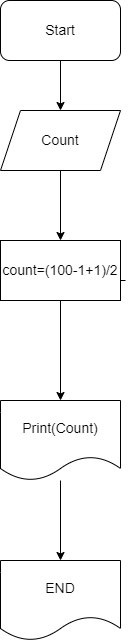
Earlier version of the draw.io export Flowchart-2..png (Abishli-Kamal/Flowchart-Task-3). Source tidied: cells renumbered, new cells last; positions are measured from the earlier drawing's top-left corner, leaving out a move shared by most shapes.
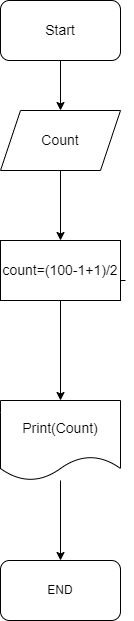
Above is the later version.

Commit message:
Task hazirdi

The edit, as a diff of the source:
```diff
@@ -26,14 +26,16 @@
     <mxCell id="7" value="count=(100-1+1)/2" style="whiteSpace=wrap;html=1;fontSize=14;" parent="1" vertex="1">
       <mxGeometry y="240" width="120" height="60" as="geometry" />
     </mxCell>
-    <mxCell id="8" style="edgeStyle=orthogonalEdgeStyle;rounded=0;jettySize=auto;html=1;fontSize=14;" parent="1" edge="1" source="9" target="10">
-      <mxGeometry relative="1" as="geometry" />
+    <mxCell id="8" style="edgeStyle=orthogonalEdgeStyle;rounded=0;jettySize=auto;html=1;fontSize=14;" parent="1" edge="1" source="9">
+      <mxGeometry relative="1" as="geometry">
+        <mxPoint x="60" y="560" as="targetPoint" />
+      </mxGeometry>
     </mxCell>
     <mxCell id="9" value="Print(Count)" style="shape=document;whiteSpace=wrap;html=1;boundedLbl=1;fontSize=14;" parent="1" vertex="1">
       <mxGeometry y="400" width="120" height="80" as="geometry" />
     </mxCell>
-    <mxCell id="10" value="END" style="shape=document;whiteSpace=wrap;html=1;boundedLbl=1;fontSize=14;" parent="1" vertex="1">
-      <mxGeometry y="560" width="120" height="80" as="geometry" />
+    <mxCell id="10" value="END" style="rounded=1;whiteSpace=wrap;html=1;" parent="1" vertex="1">
+      <mxGeometry y="560" width="120" height="60" as="geometry" />
     </mxCell>
   </root>
 </mxGraphModel>
```
